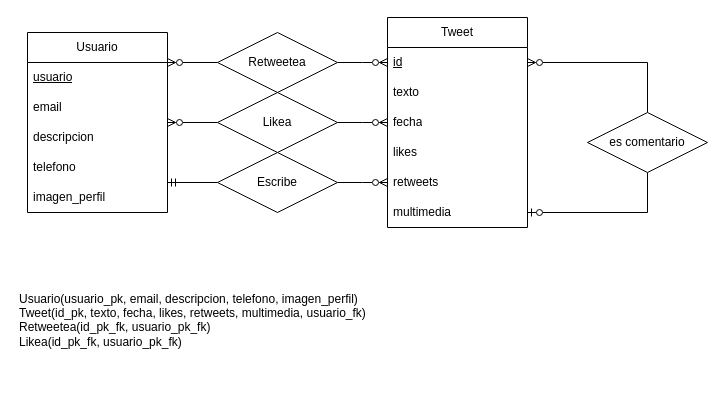
This is TA12Ej16.drawio from AlejandroCara/acr-tsys-modeloER-drawio-1110, a draw.io file, before an edit. Source tidied: cells renumbered, new cells numbered last; positions are measured from the earlier drawing's top-left corner, leaving out a move shared by most shapes. Both pictures are drawn from the tidied source at 100%, with x=0, y=0 at pixel (17, 17).
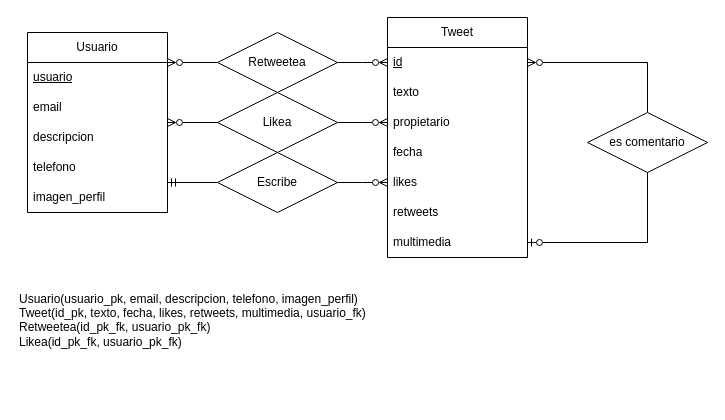
The same diagram, later.

The edit, as a diff of the source:
```diff
@@
     <mxCell id="8" value="Tweet" style="swimlane;fontStyle=0;horizontal=1;startSize=30;whiteSpace=wrap;html=1;" parent="1" vertex="1">
-      <mxGeometry x="370" width="140" height="210" as="geometry" />
+      <mxGeometry x="370" width="140" height="240" as="geometry" />
     </mxCell>
@@
+    <mxCell id="28" value="propietario" style="text;strokeColor=none;fillColor=none;align=left;verticalAlign=middle;spacingLeft=4;spacingRight=4;overflow=hidden;whiteSpace=wrap;html=1;" parent="8" vertex="1">
+      <mxGeometry y="90" width="140" height="30" as="geometry" />
+    </mxCell>
     <mxCell id="11" value="fecha" style="text;strokeColor=none;fillColor=none;align=left;verticalAlign=middle;spacingLeft=4;spacingRight=4;overflow=hidden;whiteSpace=wrap;html=1;" parent="8" vertex="1">
-      <mxGeometry y="90" width="140" height="30" as="geometry" />
+      <mxGeometry y="120" width="140" height="30" as="geometry" />
     </mxCell>
     <mxCell id="12" value="likes" style="text;strokeColor=none;fillColor=none;align=left;verticalAlign=middle;spacingLeft=4;spacingRight=4;overflow=hidden;whiteSpace=wrap;html=1;" parent="8" vertex="1">
-      <mxGeometry y="120" width="140" height="30" as="geometry" />
+      <mxGeometry y="150" width="140" height="30" as="geometry" />
     </mxCell>
     <mxCell id="13" value="retweets" style="text;strokeColor=none;fillColor=none;align=left;verticalAlign=middle;spacingLeft=4;spacingRight=4;overflow=hidden;whiteSpace=wrap;html=1;" parent="8" vertex="1">
-      <mxGeometry y="150" width="140" height="30" as="geometry" />
+      <mxGeometry y="180" width="140" height="30" as="geometry" />
     </mxCell>
     <mxCell id="14" value="multimedia" style="text;strokeColor=none;fillColor=none;align=left;verticalAlign=middle;spacingLeft=4;spacingRight=4;overflow=hidden;points=[[0,0.5],[1,0.5]];portConstraint=eastwest;whiteSpace=wrap;html=1;" parent="8" vertex="1">
-      <mxGeometry y="180" width="140" height="30" as="geometry" />
+      <mxGeometry y="210" width="140" height="30" as="geometry" />
     </mxCell>
```
